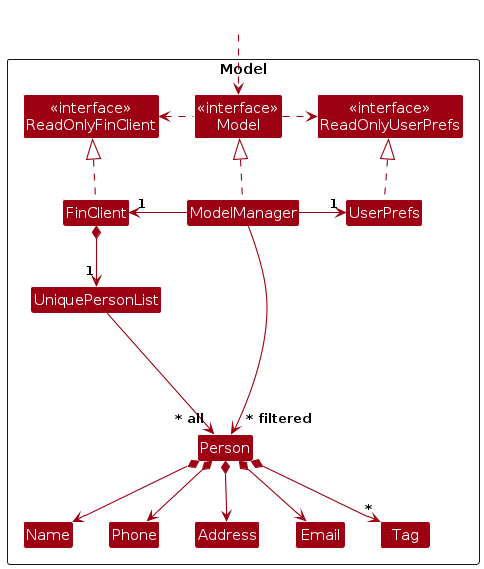
Above: diagrams/ModelClassDiagram.png in RickyHFR/tp (PlantUML), before the change. Its source is kept beside it as diagrams/ModelClassDiagram.puml. Its diagram source:
```plantuml
@startuml
!include style.puml
skinparam arrowThickness 1.1
skinparam arrowColor MODEL_COLOR
skinparam classBackgroundColor MODEL_COLOR

Package Model as ModelPackage <<Rectangle>>{
Class "<<interface>>\nReadOnlyFinClient" as ReadOnlyFinClient
Class "<<interface>>\nReadOnlyUserPrefs" as ReadOnlyUserPrefs
Class "<<interface>>\nModel" as Model
Class FinClient
Class ModelManager
Class UserPrefs

Class UniquePersonList
Class Person
Class Address
Class Email
Class Name
Class Phone
Class Tag

Class I #FFFFFF
}

Class HiddenOutside #FFFFFF
HiddenOutside ..> Model

FinClient .up.|> ReadOnlyFinClient

ModelManager .up.|> Model
Model .right.> ReadOnlyUserPrefs
Model .left.> ReadOnlyFinClient
ModelManager -left-> "1" FinClient
ModelManager -right-> "1" UserPrefs
UserPrefs .up.|> ReadOnlyUserPrefs

FinClient *--> "1" UniquePersonList
UniquePersonList --> "~* all" Person
Person *--> Name
Person *--> Phone
Person *--> Email
Person *--> Address
Person *--> "*" Tag

Person -[hidden]up--> I
UniquePersonList -[hidden]right-> I

Name -[hidden]right-> Phone
Phone -[hidden]right-> Address
Address -[hidden]right-> Email

ModelManager --> "~* filtered" Person
@enduml
```
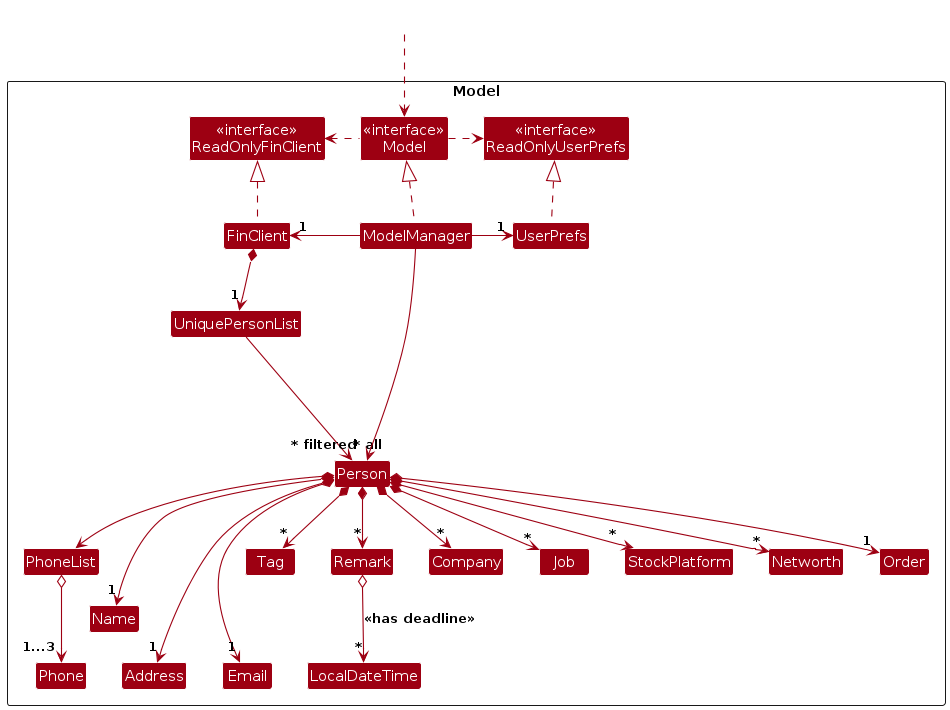
The same file after the commit.

Diff of the diagram source:
```diff
@@ -17,8 +17,16 @@
 Class Address
 Class Email
 Class Name
+Class PhoneList
+Class Tag
+Class Remark
+Class Company
+Class Job
+Class StockPlatform
+Class Networth
 Class Phone
-Class Tag
+Class Order
+Class LocalDateTime
 
 Class I #FFFFFF
 }
@@ -37,11 +45,20 @@
 
 FinClient *--> "1" UniquePersonList
 UniquePersonList --> "~* all" Person
-Person *--> Name
-Person *--> Phone
-Person *--> Email
-Person *--> Address
+Person *--> "1" Name
+Person *--> PhoneList
+Person *--> "1" Email
+Person *--> "1" Address
+Person *--> "1" Order
 Person *--> "*" Tag
+Person *--> "*" Remark
+Person *--> "*" Company
+Person *--> "*" Job
+Person *--> "*" StockPlatform
+Person *--> "*" Networth
+
+PhoneList o--> "1...3" Phone
+Remark o--> "*" LocalDateTime : <<has deadline>>
 
 Person -[hidden]up--> I
 UniquePersonList -[hidden]right-> I
```
